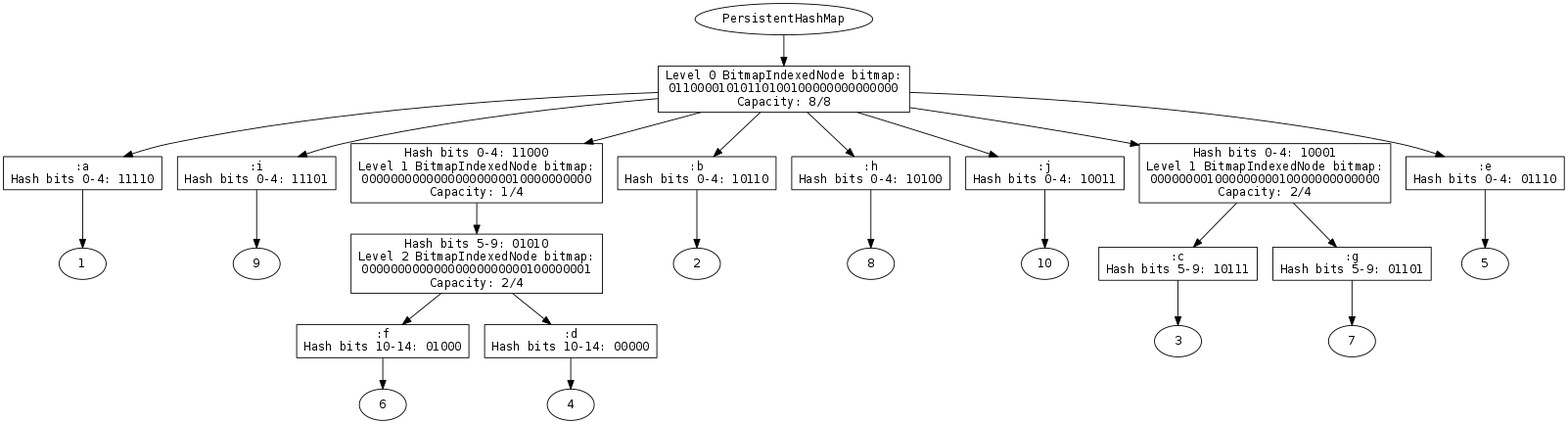
This is example.png from frenchy64/hamt-tutorial, a Graphviz export, as it was before one commit. Its source is kept beside it as example.dot. The source it was exported from:
```dot
digraph {
graph[dpi=100, rankdir=TP]
node[fontname="Monospace"]
edge[fontname="Monospace"]

node6550[label="PersistentHashMap"]
node6551[label="Level 0 BitmapIndexedNode bitmap:
01100001010110100100000000000000
Capacity: 8/8", shape=box]
node6552[label=":a
Hash bits 0-4: 11110", shape=box]
node6553[label="1"]
node6554[label=":i
Hash bits 0-4: 11101", shape=box]
node6555[label="9"]
node6556[label="Hash bits 0-4: 11000
Level 1 BitmapIndexedNode bitmap:
00000000000000000000010000000000
Capacity: 1/4", shape=box]
node6557[label="Hash bits 5-9: 01010
Level 2 BitmapIndexedNode bitmap:
00000000000000000000000100000001
Capacity: 2/4", shape=box]
node6558[label=":f
Hash bits 10-14: 01000", shape=box]
node6559[label="6"]
node6560[label=":d
Hash bits 10-14: 00000", shape=box]
node6561[label="4"]
node6562[label=":b
Hash bits 0-4: 10110", shape=box]
node6563[label="2"]
node6564[label=":h
Hash bits 0-4: 10100", shape=box]
node6565[label="8"]
node6566[label=":j
Hash bits 0-4: 10011", shape=box]
node6567[label="10"]
node6568[label="Hash bits 0-4: 10001
Level 1 BitmapIndexedNode bitmap:
00000000100000000010000000000000
Capacity: 2/4", shape=box]
node6569[label=":c
Hash bits 5-9: 10111", shape=box]
node6570[label="3"]
node6571[label=":g
Hash bits 5-9: 01101", shape=box]
node6572[label="7"]
node6573[label=":e
Hash bits 0-4: 01110", shape=box]
node6574[label="5"]
node6550 -> node6551[label=""]
node6551 -> node6552[label=""]
node6551 -> node6554[label=""]
node6551 -> node6556[label=""]
node6551 -> node6562[label=""]
node6551 -> node6564[label=""]
node6551 -> node6566[label=""]
node6551 -> node6568[label=""]
node6551 -> node6573[label=""]
node6552 -> node6553[label=""]
node6554 -> node6555[label=""]
node6556 -> node6557[label=""]
node6557 -> node6558[label=""]
node6557 -> node6560[label=""]
node6558 -> node6559[label=""]
node6560 -> node6561[label=""]
node6562 -> node6563[label=""]
node6564 -> node6565[label=""]
node6566 -> node6567[label=""]
node6568 -> node6569[label=""]
node6568 -> node6571[label=""]
node6569 -> node6570[label=""]
node6571 -> node6572[label=""]
node6573 -> node6574[label=""]
}
```
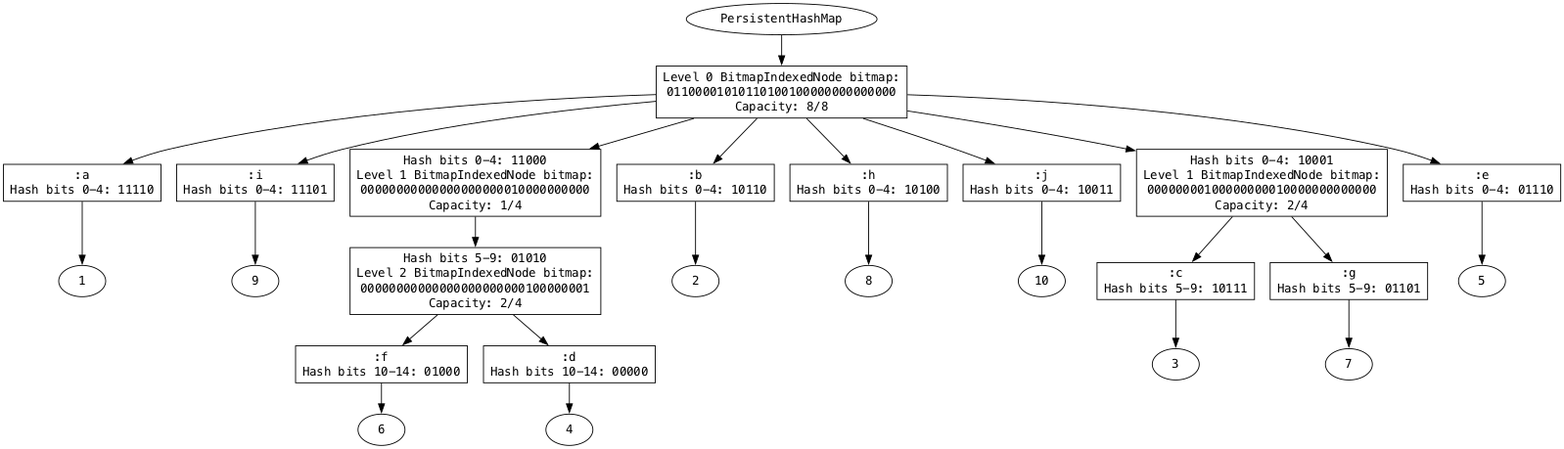
The same diagram one commit later.

What changed in the source:
```diff
@@ -3,74 +3,74 @@
 node[fontname="Monospace"]
 edge[fontname="Monospace"]
 
-node6550[label="PersistentHashMap"]
-node6551[label="Level 0 BitmapIndexedNode bitmap:
+node2866[label="PersistentHashMap"]
+node2867[label="Level 0 BitmapIndexedNode bitmap:
 01100001010110100100000000000000
 Capacity: 8/8", shape=box]
-node6552[label=":a
+node2868[label=":a
 Hash bits 0-4: 11110", shape=box]
-node6553[label="1"]
-node6554[label=":i
+node2869[label="1"]
+node2870[label=":i
 Hash bits 0-4: 11101", shape=box]
-node6555[label="9"]
-node6556[label="Hash bits 0-4: 11000
+node2871[label="9"]
+node2872[label="Hash bits 0-4: 11000
 Level 1 BitmapIndexedNode bitmap:
 00000000000000000000010000000000
 Capacity: 1/4", shape=box]
-node6557[label="Hash bits 5-9: 01010
+node2873[label="Hash bits 5-9: 01010
 Level 2 BitmapIndexedNode bitmap:
 00000000000000000000000100000001
 Capacity: 2/4", shape=box]
-node6558[label=":f
+node2874[label=":f
 Hash bits 10-14: 01000", shape=box]
-node6559[label="6"]
-node6560[label=":d
+node2875[label="6"]
+node2876[label=":d
 Hash bits 10-14: 00000", shape=box]
-node6561[label="4"]
-node6562[label=":b
+node2877[label="4"]
+node2878[label=":b
 Hash bits 0-4: 10110", shape=box]
-node6563[label="2"]
-node6564[label=":h
+node2879[label="2"]
+node2880[label=":h
 Hash bits 0-4: 10100", shape=box]
-node6565[label="8"]
-node6566[label=":j
+node2881[label="8"]
+node2882[label=":j
 Hash bits 0-4: 10011", shape=box]
-node6567[label="10"]
-node6568[label="Hash bits 0-4: 10001
+node2883[label="10"]
+node2884[label="Hash bits 0-4: 10001
 Level 1 BitmapIndexedNode bitmap:
 00000000100000000010000000000000
 Capacity: 2/4", shape=box]
-node6569[label=":c
+node2885[label=":c
 Hash bits 5-9: 10111", shape=box]
-node6570[label="3"]
-node6571[label=":g
+node2886[label="3"]
+node2887[label=":g
 Hash bits 5-9: 01101", shape=box]
-node6572[label="7"]
-node6573[label=":e
+node2888[label="7"]
+node2889[label=":e
 Hash bits 0-4: 01110", shape=box]
-node6574[label="5"]
-node6550 -> node6551[label=""]
-node6551 -> node6552[label=""]
-node6551 -> node6554[label=""]
-node6551 -> node6556[label=""]
-node6551 -> node6562[label=""]
-node6551 -> node6564[label=""]
-node6551 -> node6566[label=""]
-node6551 -> node6568[label=""]
-node6551 -> node6573[label=""]
-node6552 -> node6553[label=""]
-node6554 -> node6555[label=""]
-node6556 -> node6557[label=""]
-node6557 -> node6558[label=""]
-node6557 -> node6560[label=""]
-node6558 -> node6559[label=""]
-node6560 -> node6561[label=""]
-node6562 -> node6563[label=""]
-node6564 -> node6565[label=""]
-node6566 -> node6567[label=""]
-node6568 -> node6569[label=""]
-node6568 -> node6571[label=""]
-node6569 -> node6570[label=""]
-node6571 -> node6572[label=""]
-node6573 -> node6574[label=""]
+node2890[label="5"]
+node2866 -> node2867[label=""]
+node2867 -> node2868[label=""]
+node2867 -> node2870[label=""]
+node2867 -> node2872[label=""]
+node2867 -> node2878[label=""]
+node2867 -> node2880[label=""]
+node2867 -> node2882[label=""]
+node2867 -> node2884[label=""]
+node2867 -> node2889[label=""]
+node2868 -> node2869[label=""]
+node2870 -> node2871[label=""]
+node2872 -> node2873[label=""]
+node2873 -> node2874[label=""]
+node2873 -> node2876[label=""]
+node2874 -> node2875[label=""]
+node2876 -> node2877[label=""]
+node2878 -> node2879[label=""]
+node2880 -> node2881[label=""]
+node2882 -> node2883[label=""]
+node2884 -> node2885[label=""]
+node2884 -> node2887[label=""]
+node2885 -> node2886[label=""]
+node2887 -> node2888[label=""]
+node2889 -> node2890[label=""]
 }
```
